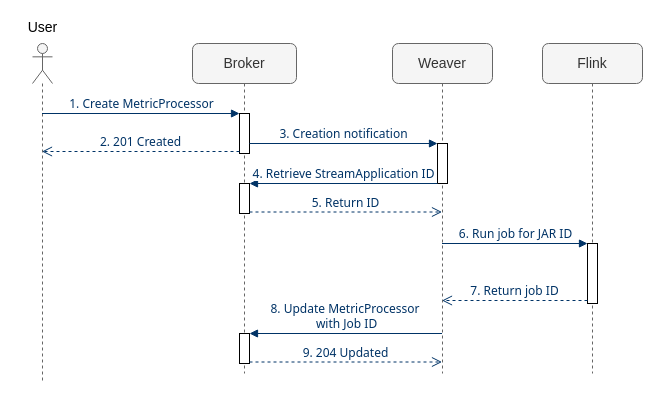
Earlier version of the draw.io diagram page "stream-job-sequence" (8 of 10) of docs/data-aggregator.drawio (giros-dit/semantic-data-aggregator). Source tidied: cells renumbered, new cells numbered last; positions are measured from the earlier drawing's top-left corner, leaving out a move shared by most shapes. Both pictures are drawn from the tidied source at 100%, with x=0, y=0 at pixel (17, 17).
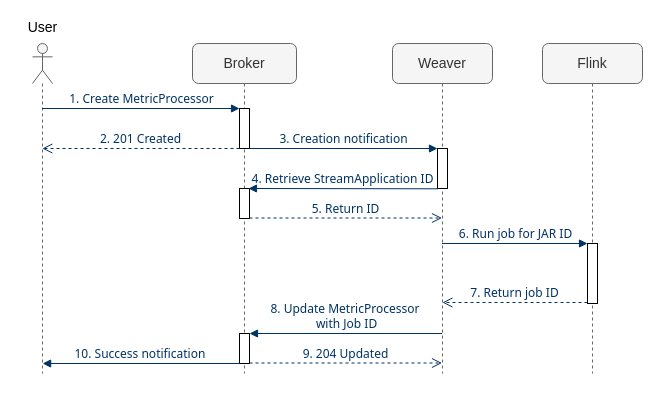
The same page after the edit.

The change refers to these unchanged cells:
```xml
<mxCell id="2" value="Broker" style="shape=umlLifeline;perimeter=lifelinePerimeter;whiteSpace=wrap;html=1;rounded=1;fontSize=14;fontColor=#333333;strokeColor=#666666;fillColor=#f5f5f5;" parent="1" vertex="1">
  <mxGeometry x="175" y="26" width="104" height="330" as="geometry" />
</mxCell>
<mxCell id="4" style="html=1;points=[];perimeter=orthogonalPerimeter;fontFamily=Tahoma;fontSize=12;fontColor=#003366;" parent="2" vertex="1">
  <mxGeometry x="47" y="290" width="10" height="30" as="geometry" />
</mxCell>
<mxCell id="6" value="Weaver" style="shape=umlLifeline;perimeter=lifelinePerimeter;whiteSpace=wrap;html=1;outlineConnect=0;rounded=1;fontSize=14;fontColor=#333333;strokeColor=#666666;fillColor=#f5f5f5;" parent="1" vertex="1">
  <mxGeometry x="375" y="26" width="100" height="330" as="geometry" />
</mxCell>
<mxCell id="9" style="html=1;points=[];perimeter=orthogonalPerimeter;fontFamily=Tahoma;fontSize=12;fontColor=#003366;" parent="8" vertex="1">
  <mxGeometry x="45" y="200" width="10" height="60" as="geometry" />
</mxCell>
```

Diff of the diagram source:
```diff
@@
     <mxCell id="3" style="html=1;points=[];perimeter=orthogonalPerimeter;fontFamily=Tahoma;fontSize=12;fontColor=#003366;" parent="2" vertex="1">
-      <mxGeometry x="47" y="70" width="10" height="40" as="geometry" />
+      <mxGeometry x="47" y="65" width="10" height="40" as="geometry" />
     </mxCell>
@@
     <mxCell id="5" style="html=1;points=[];perimeter=orthogonalPerimeter;fontFamily=Tahoma;fontSize=12;fontColor=#003366;" parent="2" vertex="1">
-      <mxGeometry x="47" y="140" width="10" height="30" as="geometry" />
+      <mxGeometry x="47" y="145" width="10" height="30" as="geometry" />
     </mxCell>
+    <mxCell id="21" value="10. Success notification&amp;nbsp;" style="html=1;verticalAlign=bottom;endArrow=block;strokeColor=#003366;fontFamily=Tahoma;fontSize=12;fontColor=#003366;" parent="2" edge="1">
+      <mxGeometry relative="1" as="geometry">
+        <mxPoint x="47" y="320" as="sourcePoint" />
+        <mxPoint x="-149.9" y="320" as="targetPoint" />
+      </mxGeometry>
+    </mxCell>
@@
     <mxCell id="7" style="html=1;points=[];perimeter=orthogonalPerimeter;fontFamily=Tahoma;fontSize=12;fontColor=#003366;" parent="6" vertex="1">
-      <mxGeometry x="45" y="100" width="10" height="40" as="geometry" />
+      <mxGeometry x="45" y="105" width="10" height="40" as="geometry" />
     </mxCell>
@@
     <mxCell id="10" style="shape=umlLifeline;participant=umlActor;perimeter=lifelinePerimeter;whiteSpace=wrap;html=1;verticalAlign=middle;outlineConnect=0;fontSize=14;rounded=1;fontColor=#333333;strokeColor=#666666;fillColor=#f5f5f5;" parent="1" vertex="1">
-      <mxGeometry x="15" y="26" width="20" height="340" as="geometry" />
+      <mxGeometry x="15" y="26" width="20" height="330" as="geometry" />
     </mxCell>
-    <mxCell id="11" value="3. Creation notification" style="html=1;verticalAlign=bottom;startArrow=none;endArrow=block;startSize=8;strokeColor=#003366;fontFamily=Tahoma;fontSize=12;fontColor=#003366;startFill=0;" parent="1" edge="1" source="3" target="7">
-      <mxGeometry relative="1" as="geometry" />
+    <mxCell id="11" value="3. Creation notification" style="html=1;verticalAlign=bottom;startArrow=none;endArrow=block;startSize=8;strokeColor=#003366;fontFamily=Tahoma;fontSize=12;fontColor=#003366;startFill=0;" parent="1" edge="1">
+      <mxGeometry relative="1" as="geometry">
+        <mxPoint x="232" y="131" as="sourcePoint" />
+        <mxPoint x="420" y="131" as="targetPoint" />
+      </mxGeometry>
     </mxCell>
@@
-    <mxCell id="13" value="7. Return job ID" style="html=1;verticalAlign=bottom;endArrow=open;dashed=1;endSize=8;exitX=0;exitY=0.95;strokeColor=#003366;fontFamily=Tahoma;fontSize=12;fontColor=#003366;" parent="1" edge="1" source="9" target="6">
-      <mxGeometry relative="1" as="geometry" />
+    <mxCell id="13" value="7. Return job ID" style="html=1;verticalAlign=bottom;endArrow=open;dashed=1;endSize=8;exitX=0;exitY=0.95;strokeColor=#003366;fontFamily=Tahoma;fontSize=12;fontColor=#003366;" parent="1" edge="1">
+      <mxGeometry relative="1" as="geometry">
+        <mxPoint x="570" y="285" as="sourcePoint" />
+        <mxPoint x="424.9" y="285" as="targetPoint" />
+      </mxGeometry>
     </mxCell>
@@
-    <mxCell id="15" value="2. 201 Created" style="html=1;verticalAlign=bottom;endArrow=open;dashed=1;endSize=8;exitX=0;exitY=0.95;strokeColor=#003366;fontFamily=Tahoma;fontSize=12;fontColor=#003366;" parent="1" edge="1" source="3" target="10">
-      <mxGeometry relative="1" as="geometry" />
+    <mxCell id="15" value="2. 201 Created" style="html=1;verticalAlign=bottom;endArrow=open;dashed=1;endSize=8;exitX=0;exitY=0.95;strokeColor=#003366;fontFamily=Tahoma;fontSize=12;fontColor=#003366;" parent="1" edge="1">
+      <mxGeometry relative="1" as="geometry">
+        <mxPoint x="222" y="131" as="sourcePoint" />
+        <mxPoint x="24.8" y="131" as="targetPoint" />
+      </mxGeometry>
     </mxCell>
@@
-    <mxCell id="17" value="9. 204 Updated" style="html=1;verticalAlign=bottom;endArrow=open;dashed=1;endSize=8;exitX=1;exitY=0.95;strokeColor=#003366;fontFamily=Tahoma;fontSize=12;fontColor=#003366;" parent="1" edge="1" source="4" target="6">
-      <mxGeometry relative="1" as="geometry" />
+    <mxCell id="17" value="9. 204 Updated" style="html=1;verticalAlign=bottom;endArrow=open;dashed=1;endSize=8;exitX=1;exitY=0.95;strokeColor=#003366;fontFamily=Tahoma;fontSize=12;fontColor=#003366;" parent="1" edge="1">
+      <mxGeometry relative="1" as="geometry">
+        <mxPoint x="232" y="345.5" as="sourcePoint" />
+        <mxPoint x="424.5" y="345.5" as="targetPoint" />
+      </mxGeometry>
     </mxCell>
-    <mxCell id="18" value="4. Retrieve StreamApplication ID" style="html=1;verticalAlign=bottom;endArrow=block;entryX=1;entryY=0;strokeColor=#003366;fontFamily=Tahoma;fontSize=12;fontColor=#003366;" parent="1" edge="1" source="7" target="5">
-      <mxGeometry relative="1" as="geometry" />
+    <mxCell id="18" value="4. Retrieve StreamApplication ID" style="html=1;verticalAlign=bottom;endArrow=block;entryX=1;entryY=0;strokeColor=#003366;fontFamily=Tahoma;fontSize=12;fontColor=#003366;exitX=0.128;exitY=0.982;exitDx=0;exitDy=0;exitPerimeter=0;labelBackgroundColor=none;" parent="1" edge="1">
+      <mxGeometry relative="1" as="geometry">
+        <mxPoint x="420.3" y="171.3" as="sourcePoint" />
+        <mxPoint x="231" y="171" as="targetPoint" />
+      </mxGeometry>
     </mxCell>
-    <mxCell id="19" value="5. Return ID" style="html=1;verticalAlign=bottom;endArrow=open;dashed=1;endSize=8;exitX=1;exitY=0.95;strokeColor=#003366;fontFamily=Tahoma;fontSize=12;fontColor=#003366;" parent="1" edge="1" source="5" target="6">
-      <mxGeometry relative="1" as="geometry" />
+    <mxCell id="19" value="5. Return ID" style="html=1;verticalAlign=bottom;endArrow=open;dashed=1;endSize=8;exitX=1;exitY=0.95;strokeColor=#003366;fontFamily=Tahoma;fontSize=12;fontColor=#003366;" parent="1" edge="1">
+      <mxGeometry relative="1" as="geometry">
+        <mxPoint x="232" y="200.5" as="sourcePoint" />
+        <mxPoint x="424.5" y="200.5" as="targetPoint" />
+      </mxGeometry>
     </mxCell>
```
